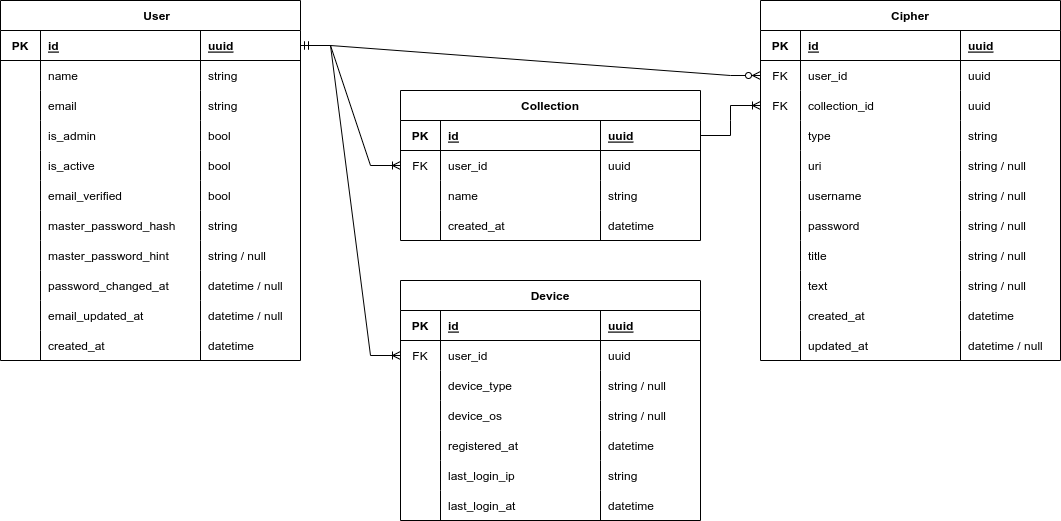
Vaultexe/diagrams keeps this draw.io diagram as rdm.drawio.png. Above is the earlier version. Source tidied: cells renumbered, new cells last; positions are measured from the earlier drawing's top-left corner, leaving out a move shared by most shapes.
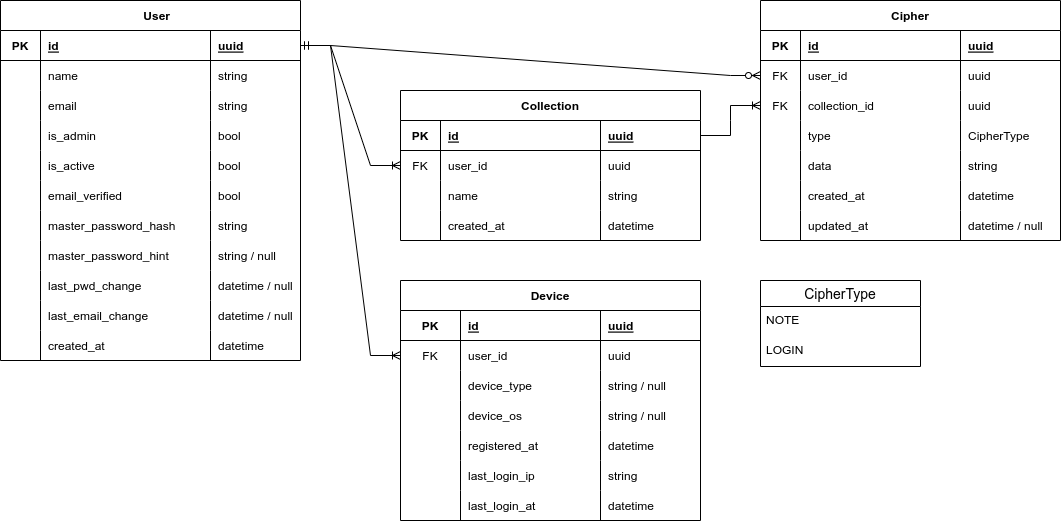
The same file after the commit.

Commit message:
Update rdm diagram

Change to the diagram source:
```diff
@@ -14,6 +14,6 @@
     <mxCell id="5" value="id" style="shape=partialRectangle;fillColor=none;top=0;left=0;bottom=0;right=0;align=left;spacingLeft=6;fontStyle=5;overflow=hidden;horizontal=1;noLabel=0;backgroundOutline=0;rounded=0;" parent="3" vertex="1">
-      <mxGeometry x="40" width="160" height="30" as="geometry" />
+      <mxGeometry x="40" width="170" height="30" as="geometry" />
     </mxCell>
     <mxCell id="6" value="uuid" style="shape=partialRectangle;fillColor=none;top=0;left=0;bottom=0;right=0;align=left;spacingLeft=6;fontStyle=5;overflow=hidden;horizontal=1;noLabel=0;backgroundOutline=0;rounded=0;" parent="3" vertex="1">
-      <mxGeometry x="200" width="100" height="30" as="geometry" />
+      <mxGeometry x="210" width="90" height="30" as="geometry" />
     </mxCell>
@@ -26,6 +26,6 @@
     <mxCell id="9" value="name" style="shape=partialRectangle;fillColor=none;top=0;left=0;bottom=0;right=0;align=left;spacingLeft=6;overflow=hidden;horizontal=1;noLabel=0;backgroundOutline=0;rounded=0;" parent="7" vertex="1">
-      <mxGeometry x="40" width="160" height="30" as="geometry" />
+      <mxGeometry x="40" width="170" height="30" as="geometry" />
     </mxCell>
     <mxCell id="10" value="string" style="shape=partialRectangle;fillColor=none;top=0;left=0;bottom=0;right=0;align=left;spacingLeft=6;overflow=hidden;horizontal=1;noLabel=0;backgroundOutline=0;rounded=0;" parent="7" vertex="1">
-      <mxGeometry x="200" width="100" height="30" as="geometry" />
+      <mxGeometry x="210" width="90" height="30" as="geometry" />
     </mxCell>
@@ -38,6 +38,6 @@
     <mxCell id="13" value="email" style="shape=partialRectangle;fillColor=none;top=0;left=0;bottom=0;right=0;align=left;spacingLeft=6;overflow=hidden;horizontal=1;noLabel=0;backgroundOutline=0;rounded=0;" parent="11" vertex="1">
-      <mxGeometry x="40" width="160" height="30" as="geometry" />
+      <mxGeometry x="40" width="170" height="30" as="geometry" />
     </mxCell>
     <mxCell id="14" value="string" style="shape=partialRectangle;fillColor=none;top=0;left=0;bottom=0;right=0;align=left;spacingLeft=6;overflow=hidden;horizontal=1;noLabel=0;backgroundOutline=0;rounded=0;" parent="11" vertex="1">
-      <mxGeometry x="200" width="100" height="30" as="geometry" />
+      <mxGeometry x="210" width="90" height="30" as="geometry" />
     </mxCell>
@@ -50,6 +50,6 @@
     <mxCell id="17" value="is_admin" style="shape=partialRectangle;fillColor=none;top=0;left=0;bottom=0;right=0;align=left;spacingLeft=6;overflow=hidden;horizontal=1;noLabel=0;backgroundOutline=0;rounded=0;" parent="15" vertex="1">
-      <mxGeometry x="40" width="160" height="30" as="geometry" />
+      <mxGeometry x="40" width="170" height="30" as="geometry" />
     </mxCell>
     <mxCell id="18" value="bool" style="shape=partialRectangle;fillColor=none;top=0;left=0;bottom=0;right=0;align=left;spacingLeft=6;overflow=hidden;horizontal=1;noLabel=0;backgroundOutline=0;rounded=0;" parent="15" vertex="1">
-      <mxGeometry x="200" width="100" height="30" as="geometry" />
+      <mxGeometry x="210" width="90" height="30" as="geometry" />
     </mxCell>
@@ -62,6 +62,6 @@
     <mxCell id="21" value="is_active" style="shape=partialRectangle;fillColor=none;top=0;left=0;bottom=0;right=0;align=left;spacingLeft=6;overflow=hidden;horizontal=1;noLabel=0;backgroundOutline=0;rounded=0;" parent="19" vertex="1">
-      <mxGeometry x="40" width="160" height="30" as="geometry" />
+      <mxGeometry x="40" width="170" height="30" as="geometry" />
     </mxCell>
     <mxCell id="22" value="bool" style="shape=partialRectangle;fillColor=none;top=0;left=0;bottom=0;right=0;align=left;spacingLeft=6;overflow=hidden;horizontal=1;noLabel=0;backgroundOutline=0;rounded=0;" parent="19" vertex="1">
-      <mxGeometry x="200" width="100" height="30" as="geometry" />
+      <mxGeometry x="210" width="90" height="30" as="geometry" />
     </mxCell>
@@ -74,6 +74,6 @@
     <mxCell id="25" value="email_verified" style="shape=partialRectangle;fillColor=none;top=0;left=0;bottom=0;right=0;align=left;spacingLeft=6;overflow=hidden;horizontal=1;noLabel=0;backgroundOutline=0;rounded=0;" parent="23" vertex="1">
-      <mxGeometry x="40" width="160" height="30" as="geometry" />
+      <mxGeometry x="40" width="170" height="30" as="geometry" />
     </mxCell>
     <mxCell id="26" value="bool" style="shape=partialRectangle;fillColor=none;top=0;left=0;bottom=0;right=0;align=left;spacingLeft=6;overflow=hidden;horizontal=1;noLabel=0;backgroundOutline=0;rounded=0;" parent="23" vertex="1">
-      <mxGeometry x="200" width="100" height="30" as="geometry" />
+      <mxGeometry x="210" width="90" height="30" as="geometry" />
     </mxCell>
@@ -86,6 +86,6 @@
     <mxCell id="29" value="master_password_hash" style="shape=partialRectangle;fillColor=none;top=0;left=0;bottom=0;right=0;align=left;spacingLeft=6;overflow=hidden;horizontal=1;noLabel=0;backgroundOutline=0;rounded=0;" parent="27" vertex="1">
-      <mxGeometry x="40" width="160" height="30" as="geometry" />
+      <mxGeometry x="40" width="170" height="30" as="geometry" />
     </mxCell>
     <mxCell id="30" value="string" style="shape=partialRectangle;fillColor=none;top=0;left=0;bottom=0;right=0;align=left;spacingLeft=6;overflow=hidden;horizontal=1;noLabel=0;backgroundOutline=0;rounded=0;" parent="27" vertex="1">
-      <mxGeometry x="200" width="100" height="30" as="geometry" />
+      <mxGeometry x="210" width="90" height="30" as="geometry" />
     </mxCell>
@@ -98,6 +98,6 @@
     <mxCell id="33" value="master_password_hint" style="shape=partialRectangle;fillColor=none;top=0;left=0;bottom=0;right=0;align=left;spacingLeft=6;overflow=hidden;horizontal=1;noLabel=0;backgroundOutline=0;rounded=0;" parent="31" vertex="1">
-      <mxGeometry x="40" width="160" height="30" as="geometry" />
+      <mxGeometry x="40" width="170" height="30" as="geometry" />
     </mxCell>
     <mxCell id="34" value="string / null" style="shape=partialRectangle;fillColor=none;top=0;left=0;bottom=0;right=0;align=left;spacingLeft=6;overflow=hidden;horizontal=1;noLabel=0;backgroundOutline=0;rounded=0;" parent="31" vertex="1">
-      <mxGeometry x="200" width="100" height="30" as="geometry" />
+      <mxGeometry x="210" width="90" height="30" as="geometry" />
     </mxCell>
@@ -109,7 +109,7 @@
     </mxCell>
-    <mxCell id="37" value="password_changed_at" style="shape=partialRectangle;fillColor=none;top=0;left=0;bottom=0;right=0;align=left;spacingLeft=6;overflow=hidden;horizontal=1;noLabel=0;backgroundOutline=0;rounded=0;" parent="35" vertex="1">
-      <mxGeometry x="40" width="160" height="30" as="geometry" />
+    <mxCell id="37" value="last_pwd_change" style="shape=partialRectangle;fillColor=none;top=0;left=0;bottom=0;right=0;align=left;spacingLeft=6;overflow=hidden;horizontal=1;noLabel=0;backgroundOutline=0;rounded=0;" parent="35" vertex="1">
+      <mxGeometry x="40" width="170" height="30" as="geometry" />
     </mxCell>
     <mxCell id="38" value="datetime / null" style="shape=partialRectangle;fillColor=none;top=0;left=0;bottom=0;right=0;align=left;spacingLeft=6;overflow=hidden;horizontal=1;noLabel=0;backgroundOutline=0;rounded=0;" parent="35" vertex="1">
-      <mxGeometry x="200" width="100" height="30" as="geometry" />
+      <mxGeometry x="210" width="90" height="30" as="geometry" />
     </mxCell>
@@ -121,7 +121,7 @@
     </mxCell>
-    <mxCell id="41" value="email_updated_at" style="shape=partialRectangle;fillColor=none;top=0;left=0;bottom=0;right=0;align=left;spacingLeft=6;overflow=hidden;horizontal=1;noLabel=0;backgroundOutline=0;rounded=0;" parent="39" vertex="1">
-      <mxGeometry x="40" width="160" height="30" as="geometry" />
+    <mxCell id="41" value="last_email_change" style="shape=partialRectangle;fillColor=none;top=0;left=0;bottom=0;right=0;align=left;spacingLeft=6;overflow=hidden;horizontal=1;noLabel=0;backgroundOutline=0;rounded=0;" parent="39" vertex="1">
+      <mxGeometry x="40" width="170" height="30" as="geometry" />
     </mxCell>
     <mxCell id="42" value="datetime / null" style="shape=partialRectangle;fillColor=none;top=0;left=0;bottom=0;right=0;align=left;spacingLeft=6;overflow=hidden;horizontal=1;noLabel=0;backgroundOutline=0;rounded=0;" parent="39" vertex="1">
-      <mxGeometry x="200" width="100" height="30" as="geometry" />
+      <mxGeometry x="210" width="90" height="30" as="geometry" />
     </mxCell>
@@ -134,9 +134,9 @@
     <mxCell id="45" value="created_at" style="shape=partialRectangle;fillColor=none;top=0;left=0;bottom=0;right=0;align=left;spacingLeft=6;overflow=hidden;horizontal=1;noLabel=0;backgroundOutline=0;rounded=0;" parent="43" vertex="1">
-      <mxGeometry x="40" width="160" height="30" as="geometry" />
+      <mxGeometry x="40" width="170" height="30" as="geometry" />
     </mxCell>
     <mxCell id="46" value="datetime" style="shape=partialRectangle;fillColor=none;top=0;left=0;bottom=0;right=0;align=left;spacingLeft=6;overflow=hidden;horizontal=1;noLabel=0;backgroundOutline=0;rounded=0;" parent="43" vertex="1">
-      <mxGeometry x="200" width="100" height="30" as="geometry" />
+      <mxGeometry x="210" width="90" height="30" as="geometry" />
     </mxCell>
     <mxCell id="47" value="Cipher" style="shape=table;startSize=30;rowLines=0;fontStyle=1;align=center;rounded=0;" parent="1" vertex="1">
-      <mxGeometry x="760" width="300" height="360" as="geometry" />
+      <mxGeometry x="760" width="300" height="240" as="geometry" />
     </mxCell>
@@ -181,5 +181,5 @@
     </mxCell>
-    <mxCell id="61" style="shape=partialRectangle;fillColor=none;top=0;left=0;bottom=0;right=0;overflow=hidden;rounded=0;" parent="60" vertex="1">
-      <mxGeometry width="40" height="30" as="geometry" />
-    </mxCell>
+    <mxCell id="142" style="shape=partialRectangle;fillColor=none;top=0;left=0;bottom=0;right=0;overflow=hidden;rounded=0;" parent="60" vertex="1">
+      <mxGeometry width="40" height="30" as="geometry" />
+    </mxCell>
     <mxCell id="62" value="type" style="shape=partialRectangle;fillColor=none;top=0;left=0;bottom=0;right=0;align=left;spacingLeft=6;overflow=hidden;rounded=0;" parent="60" vertex="1">
@@ -187,55 +187,7 @@
     </mxCell>
-    <mxCell id="63" value="string" style="shape=partialRectangle;fillColor=none;top=0;left=0;bottom=0;right=0;align=left;spacingLeft=6;overflow=hidden;rounded=0;" parent="60" vertex="1">
-      <mxGeometry x="200" width="100" height="30" as="geometry" />
-    </mxCell>
-    <mxCell id="64" style="shape=tableRow;horizontal=0;startSize=0;swimlaneHead=0;swimlaneBody=0;fillColor=none;top=0;left=0;right=0;bottom=0;rounded=0;" parent="47" vertex="1">
-      <mxGeometry y="150" width="300" height="30" as="geometry" />
-    </mxCell>
-    <mxCell id="65" style="shape=partialRectangle;fillColor=none;top=0;left=0;bottom=0;right=0;overflow=hidden;rounded=0;" parent="64" vertex="1">
-      <mxGeometry width="40" height="30" as="geometry" />
-    </mxCell>
-    <mxCell id="66" value="uri" style="shape=partialRectangle;fillColor=none;top=0;left=0;bottom=0;right=0;align=left;spacingLeft=6;overflow=hidden;rounded=0;" parent="64" vertex="1">
-      <mxGeometry x="40" width="160" height="30" as="geometry" />
-    </mxCell>
-    <mxCell id="67" value="string / null" style="shape=partialRectangle;fillColor=none;top=0;left=0;bottom=0;right=0;align=left;spacingLeft=6;overflow=hidden;rounded=0;" parent="64" vertex="1">
-      <mxGeometry x="200" width="100" height="30" as="geometry" />
-    </mxCell>
-    <mxCell id="68" style="shape=tableRow;horizontal=0;startSize=0;swimlaneHead=0;swimlaneBody=0;fillColor=none;top=0;left=0;right=0;bottom=0;rounded=0;" parent="47" vertex="1">
-      <mxGeometry y="180" width="300" height="30" as="geometry" />
-    </mxCell>
-    <mxCell id="69" style="shape=partialRectangle;fillColor=none;top=0;left=0;bottom=0;right=0;overflow=hidden;rounded=0;" parent="68" vertex="1">
-      <mxGeometry width="40" height="30" as="geometry" />
-    </mxCell>
-    <mxCell id="70" value="username" style="shape=partialRectangle;fillColor=none;top=0;left=0;bottom=0;right=0;align=left;spacingLeft=6;overflow=hidden;rounded=0;" parent="68" vertex="1">
-      <mxGeometry x="40" width="160" height="30" as="geometry" />
-    </mxCell>
-    <mxCell id="71" value="string / null" style="shape=partialRectangle;fillColor=none;top=0;left=0;bottom=0;right=0;align=left;spacingLeft=6;overflow=hidden;rounded=0;" parent="68" vertex="1">
-      <mxGeometry x="200" width="100" height="30" as="geometry" />
-    </mxCell>
-    <mxCell id="72" style="shape=tableRow;horizontal=0;startSize=0;swimlaneHead=0;swimlaneBody=0;fillColor=none;top=0;left=0;right=0;bottom=0;rounded=0;" parent="47" vertex="1">
-      <mxGeometry y="210" width="300" height="30" as="geometry" />
-    </mxCell>
-    <mxCell id="73" style="shape=partialRectangle;fillColor=none;top=0;left=0;bottom=0;right=0;overflow=hidden;rounded=0;" parent="72" vertex="1">
-      <mxGeometry width="40" height="30" as="geometry" />
-    </mxCell>
-    <mxCell id="74" value="password" style="shape=partialRectangle;fillColor=none;top=0;left=0;bottom=0;right=0;align=left;spacingLeft=6;overflow=hidden;rounded=0;" parent="72" vertex="1">
-      <mxGeometry x="40" width="160" height="30" as="geometry" />
-    </mxCell>
-    <mxCell id="75" value="string / null" style="shape=partialRectangle;fillColor=none;top=0;left=0;bottom=0;right=0;align=left;spacingLeft=6;overflow=hidden;rounded=0;" parent="72" vertex="1">
-      <mxGeometry x="200" width="100" height="30" as="geometry" />
-    </mxCell>
-    <mxCell id="76" style="shape=tableRow;horizontal=0;startSize=0;swimlaneHead=0;swimlaneBody=0;fillColor=none;top=0;left=0;right=0;bottom=0;rounded=0;" parent="47" vertex="1">
-      <mxGeometry y="240" width="300" height="30" as="geometry" />
-    </mxCell>
-    <mxCell id="77" style="shape=partialRectangle;fillColor=none;top=0;left=0;bottom=0;right=0;overflow=hidden;rounded=0;" parent="76" vertex="1">
-      <mxGeometry width="40" height="30" as="geometry" />
-    </mxCell>
-    <mxCell id="78" value="title" style="shape=partialRectangle;fillColor=none;top=0;left=0;bottom=0;right=0;align=left;spacingLeft=6;overflow=hidden;rounded=0;" parent="76" vertex="1">
-      <mxGeometry x="40" width="160" height="30" as="geometry" />
-    </mxCell>
-    <mxCell id="79" value="string / null" style="shape=partialRectangle;fillColor=none;top=0;left=0;bottom=0;right=0;align=left;spacingLeft=6;overflow=hidden;rounded=0;" parent="76" vertex="1">
-      <mxGeometry x="200" width="100" height="30" as="geometry" />
-    </mxCell>
+    <mxCell id="143" value="CipherType" style="shape=partialRectangle;fillColor=none;top=0;left=0;bottom=0;right=0;align=left;spacingLeft=6;overflow=hidden;rounded=0;" parent="60" vertex="1">
+      <mxGeometry x="200" width="100" height="30" as="geometry" />
+    </mxCell>
     <mxCell id="80" style="shape=tableRow;horizontal=0;startSize=0;swimlaneHead=0;swimlaneBody=0;fillColor=none;top=0;left=0;right=0;bottom=0;rounded=0;" parent="47" vertex="1">
-      <mxGeometry y="270" width="300" height="30" as="geometry" />
+      <mxGeometry y="150" width="300" height="30" as="geometry" />
     </mxCell>
@@ -244,6 +196,6 @@
     </mxCell>
-    <mxCell id="82" value="text" style="shape=partialRectangle;fillColor=none;top=0;left=0;bottom=0;right=0;align=left;spacingLeft=6;overflow=hidden;rounded=0;" parent="80" vertex="1">
+    <mxCell id="82" value="data" style="shape=partialRectangle;fillColor=none;top=0;left=0;bottom=0;right=0;align=left;spacingLeft=6;overflow=hidden;rounded=0;" parent="80" vertex="1">
       <mxGeometry x="40" width="160" height="30" as="geometry" />
     </mxCell>
-    <mxCell id="83" value="string / null" style="shape=partialRectangle;fillColor=none;top=0;left=0;bottom=0;right=0;align=left;spacingLeft=6;overflow=hidden;rounded=0;" parent="80" vertex="1">
+    <mxCell id="83" value="string" style="shape=partialRectangle;fillColor=none;top=0;left=0;bottom=0;right=0;align=left;spacingLeft=6;overflow=hidden;rounded=0;" parent="80" vertex="1">
       <mxGeometry x="200" width="100" height="30" as="geometry" />
@@ -251,3 +203,3 @@
     <mxCell id="84" style="shape=tableRow;horizontal=0;startSize=0;swimlaneHead=0;swimlaneBody=0;fillColor=none;top=0;left=0;right=0;bottom=0;rounded=0;" parent="47" vertex="1">
-      <mxGeometry y="300" width="300" height="30" as="geometry" />
+      <mxGeometry y="180" width="300" height="30" as="geometry" />
     </mxCell>
@@ -263,3 +215,3 @@
     <mxCell id="88" style="shape=tableRow;horizontal=0;startSize=0;swimlaneHead=0;swimlaneBody=0;fillColor=none;top=0;left=0;right=0;bottom=0;rounded=0;" parent="47" vertex="1">
-      <mxGeometry y="330" width="300" height="30" as="geometry" />
+      <mxGeometry y="210" width="300" height="30" as="geometry" />
     </mxCell>
@@ -335,6 +287,6 @@
     <mxCell id="112" value="PK" style="shape=partialRectangle;fillColor=none;top=0;left=0;bottom=0;right=0;fontStyle=1;overflow=hidden;rounded=0;" parent="111" vertex="1">
-      <mxGeometry width="40" height="30" as="geometry" />
+      <mxGeometry width="60" height="30" as="geometry" />
     </mxCell>
     <mxCell id="113" value="id" style="shape=partialRectangle;fillColor=none;top=0;left=0;bottom=0;right=0;align=left;spacingLeft=6;fontStyle=5;overflow=hidden;rounded=0;" parent="111" vertex="1">
-      <mxGeometry x="40" width="160" height="30" as="geometry" />
+      <mxGeometry x="60" width="140" height="30" as="geometry" />
     </mxCell>
@@ -347,6 +299,6 @@
     <mxCell id="116" value="FK" style="shape=partialRectangle;fillColor=none;top=0;left=0;bottom=0;right=0;fontStyle=0;overflow=hidden;rounded=0;" parent="115" vertex="1">
-      <mxGeometry width="40" height="30" as="geometry" />
+      <mxGeometry width="60" height="30" as="geometry" />
     </mxCell>
     <mxCell id="117" value="user_id" style="shape=partialRectangle;fillColor=none;top=0;left=0;bottom=0;right=0;align=left;spacingLeft=6;fontStyle=0;overflow=hidden;rounded=0;" parent="115" vertex="1">
-      <mxGeometry x="40" width="160" height="30" as="geometry" />
+      <mxGeometry x="60" width="140" height="30" as="geometry" />
     </mxCell>
@@ -359,6 +311,6 @@
     <mxCell id="120" style="shape=partialRectangle;fillColor=none;top=0;left=0;bottom=0;right=0;overflow=hidden;rounded=0;" parent="119" vertex="1">
-      <mxGeometry width="40" height="30" as="geometry" />
+      <mxGeometry width="60" height="30" as="geometry" />
     </mxCell>
     <mxCell id="121" value="device_type" style="shape=partialRectangle;fillColor=none;top=0;left=0;bottom=0;right=0;align=left;spacingLeft=6;overflow=hidden;rounded=0;" parent="119" vertex="1">
-      <mxGeometry x="40" width="160" height="30" as="geometry" />
+      <mxGeometry x="60" width="140" height="30" as="geometry" />
     </mxCell>
@@ -371,6 +323,6 @@
     <mxCell id="124" style="shape=partialRectangle;fillColor=none;top=0;left=0;bottom=0;right=0;overflow=hidden;rounded=0;" parent="123" vertex="1">
-      <mxGeometry width="40" height="30" as="geometry" />
+      <mxGeometry width="60" height="30" as="geometry" />
     </mxCell>
     <mxCell id="125" value="device_os" style="shape=partialRectangle;fillColor=none;top=0;left=0;bottom=0;right=0;align=left;spacingLeft=6;overflow=hidden;rounded=0;" parent="123" vertex="1">
-      <mxGeometry x="40" width="160" height="30" as="geometry" />
+      <mxGeometry x="60" width="140" height="30" as="geometry" />
     </mxCell>
@@ -383,6 +335,6 @@
     <mxCell id="128" style="shape=partialRectangle;fillColor=none;top=0;left=0;bottom=0;right=0;overflow=hidden;rounded=0;" parent="127" vertex="1">
-      <mxGeometry width="40" height="30" as="geometry" />
+      <mxGeometry width="60" height="30" as="geometry" />
     </mxCell>
     <mxCell id="129" value="registered_at" style="shape=partialRectangle;fillColor=none;top=0;left=0;bottom=0;right=0;align=left;spacingLeft=6;overflow=hidden;rounded=0;" parent="127" vertex="1">
-      <mxGeometry x="40" width="160" height="30" as="geometry" />
+      <mxGeometry x="60" width="140" height="30" as="geometry" />
     </mxCell>
@@ -395,6 +347,6 @@
     <mxCell id="132" style="shape=partialRectangle;fillColor=none;top=0;left=0;bottom=0;right=0;overflow=hidden;rounded=0;" parent="131" vertex="1">
-      <mxGeometry width="40" height="30" as="geometry" />
+      <mxGeometry width="60" height="30" as="geometry" />
     </mxCell>
     <mxCell id="133" value="last_login_ip" style="shape=partialRectangle;fillColor=none;top=0;left=0;bottom=0;right=0;align=left;spacingLeft=6;overflow=hidden;rounded=0;" parent="131" vertex="1">
-      <mxGeometry x="40" width="160" height="30" as="geometry" />
+      <mxGeometry x="60" width="140" height="30" as="geometry" />
     </mxCell>
@@ -407,6 +359,6 @@
     <mxCell id="136" style="shape=partialRectangle;fillColor=none;top=0;left=0;bottom=0;right=0;overflow=hidden;rounded=0;" parent="135" vertex="1">
-      <mxGeometry width="40" height="30" as="geometry" />
+      <mxGeometry width="60" height="30" as="geometry" />
     </mxCell>
     <mxCell id="137" value="last_login_at" style="shape=partialRectangle;fillColor=none;top=0;left=0;bottom=0;right=0;align=left;spacingLeft=6;overflow=hidden;rounded=0;" parent="135" vertex="1">
-      <mxGeometry x="40" width="160" height="30" as="geometry" />
+      <mxGeometry x="60" width="140" height="30" as="geometry" />
     </mxCell>
@@ -424,2 +376,11 @@
     </mxCell>
+    <mxCell id="144" value="CipherType" style="swimlane;fontStyle=0;horizontal=1;startSize=26;align=center;fontSize=14;" parent="1" vertex="1">
+      <mxGeometry x="760" y="280" width="160" height="86" as="geometry" />
+    </mxCell>
+    <mxCell id="145" value="NOTE" style="text;strokeColor=none;fillColor=none;spacingLeft=4;spacingRight=4;overflow=hidden;fontSize=12;" parent="144" vertex="1">
+      <mxGeometry y="26" width="160" height="30" as="geometry" />
+    </mxCell>
+    <mxCell id="146" value="LOGIN" style="text;strokeColor=none;fillColor=none;spacingLeft=4;spacingRight=4;overflow=hidden;fontSize=12;" parent="144" vertex="1">
+      <mxGeometry y="56" width="160" height="30" as="geometry" />
+    </mxCell>
   </root>
```
